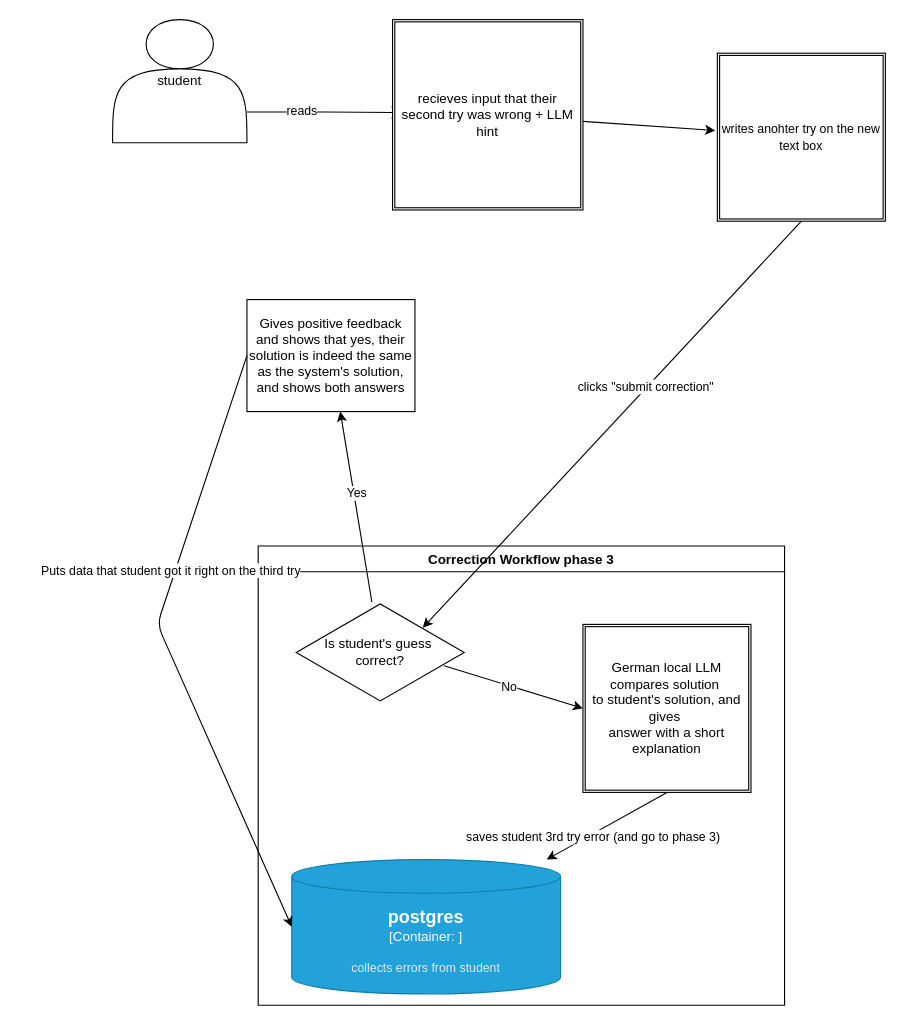
Above: docs/diagrams/my_idea_workflow_phase_3.drawio in viquta/MrGrammar (draw.io), before the change. Source tidied: cells renumbered, new cells numbered last; positions are measured from the earlier drawing's top-left corner, leaving out a move shared by most shapes. Both pictures are drawn from the tidied source at 112%, with x=0, y=0 at pixel (112, 19).
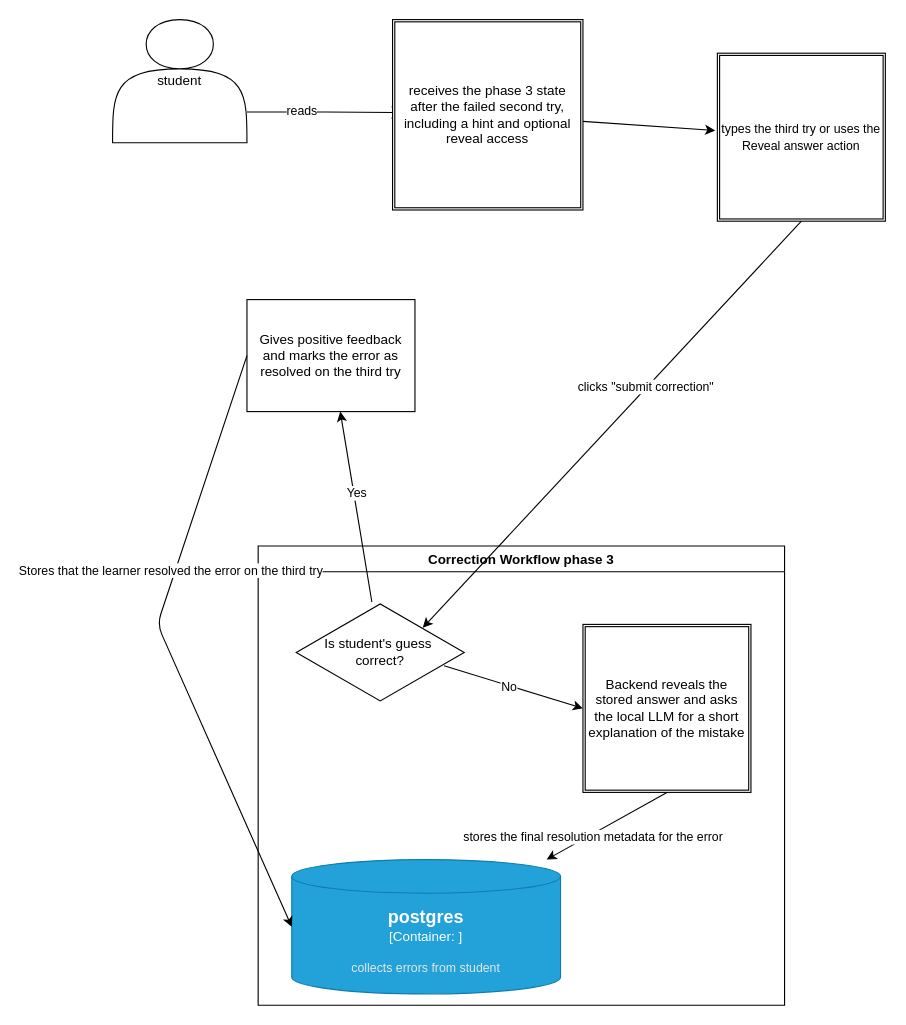
After the change.

The change refers to these unchanged cells:
```xml
<mxCell id="5" value="Correction Workflow phase 3" style="swimlane;" parent="1" vertex="1">
  <mxGeometry x="130" y="470" width="470" height="410" as="geometry" />
</mxCell>
<mxCell id="8" style="edgeStyle=none;html=1;exitX=0.5;exitY=1;exitDx=0;exitDy=0;" parent="5" edge="1" source="6" target="7">
  <mxGeometry relative="1" as="geometry" />
</mxCell>
<mxCell id="21" style="edgeStyle=none;html=1;exitX=0;exitY=0.5;exitDx=0;exitDy=0;entryX=0;entryY=0.5;entryDx=0;entryDy=0;entryPerimeter=0;" parent="1" edge="1" source="18" target="7">
  <mxGeometry relative="1" as="geometry">
    <Array as="points">
      <mxPoint x="40" y="540" />
    </Array>
  </mxGeometry>
</mxCell>
```

The edit, as a diff of the source:
```diff
@@
-    <mxCell id="6" value="German local LLM compares solution&amp;nbsp;&lt;div&gt;to student's solution, and gives&amp;nbsp;&lt;/div&gt;&lt;div&gt;answer with a short explanation&lt;/div&gt;" style="shape=ext;double=1;whiteSpace=wrap;html=1;" parent="5" vertex="1">
+    <mxCell id="6" value="Backend reveals the stored answer and asks the local LLM for a short explanation of the mistake" style="shape=ext;double=1;whiteSpace=wrap;html=1;" parent="5" vertex="1">
       <mxGeometry x="290" y="70" width="150" height="150" as="geometry" />
     </mxCell>
@@
-    <mxCell id="9" value="saves student 3rd try error (and go to phase 3)" style="edgeLabel;html=1;align=center;verticalAlign=middle;" parent="8" vertex="1">
+    <mxCell id="9" value="stores the final resolution metadata for the error" style="edgeLabel;html=1;align=center;verticalAlign=middle;" parent="8" vertex="1">
       <mxGeometry x="0.26" y="2" relative="1" as="geometry">
         <mxPoint x="1" as="offset" />
       </mxGeometry>
     </mxCell>
@@
-    <mxCell id="14" value="recieves input that their second try was wrong + LLM hint" style="shape=ext;double=1;whiteSpace=wrap;html=1;" parent="1" vertex="1">
+    <mxCell id="14" value="receives the phase 3 state after the failed second try, including a hint and optional reveal access" style="shape=ext;double=1;whiteSpace=wrap;html=1;" parent="1" vertex="1">
       <mxGeometry x="250" width="170" height="170" as="geometry" />
     </mxCell>
-    <mxCell id="15" value="&lt;span style=&quot;color: rgb(0, 0, 0); font-size: 11px; text-wrap-mode: nowrap; background-color: rgb(255, 255, 255);&quot;&gt;writes anohter try on the new&lt;/span&gt;&lt;div&gt;&lt;span style=&quot;color: rgb(0, 0, 0); font-size: 11px; text-wrap-mode: nowrap; background-color: rgb(255, 255, 255);&quot;&gt;text box&lt;/span&gt;&lt;/div&gt;" style="shape=ext;double=1;whiteSpace=wrap;html=1;" parent="1" vertex="1">
+    <mxCell id="15" value="&lt;span style=&quot;color: rgb(0, 0, 0); font-size: 11px; text-wrap-mode: nowrap; background-color: rgb(255, 255, 255);&quot;&gt;types the third try or uses the&lt;/span&gt;&lt;div&gt;&lt;span style=&quot;color: rgb(0, 0, 0); font-size: 11px; text-wrap-mode: nowrap; background-color: rgb(255, 255, 255);&quot;&gt;Reveal answer action&lt;/span&gt;&lt;/div&gt;" style="shape=ext;double=1;whiteSpace=wrap;html=1;" parent="1" vertex="1">
       <mxGeometry x="540" y="30" width="150" height="150" as="geometry" />
     </mxCell>
@@
-    <mxCell id="18" value="Gives positive feedback and shows that yes, their solution is indeed the same as the system's solution, and shows both answers" style="whiteSpace=wrap;html=1;" parent="1" vertex="1">
+    <mxCell id="18" value="Gives positive feedback and marks the error as resolved on the third try" style="whiteSpace=wrap;html=1;" parent="1" vertex="1">
       <mxGeometry x="120" y="250" width="150" height="100" as="geometry" />
     </mxCell>
@@
-    <mxCell id="22" value="Puts data that student got it right on the third try" style="edgeLabel;html=1;align=center;verticalAlign=middle;" parent="21" vertex="1">
+    <mxCell id="22" value="Stores that the learner resolved the error on the third try" style="edgeLabel;html=1;align=center;verticalAlign=middle;" parent="21" vertex="1">
       <mxGeometry x="-0.26" y="-4" relative="1" as="geometry">
         <mxPoint x="-1" as="offset" />
       </mxGeometry>
     </mxCell>
```
